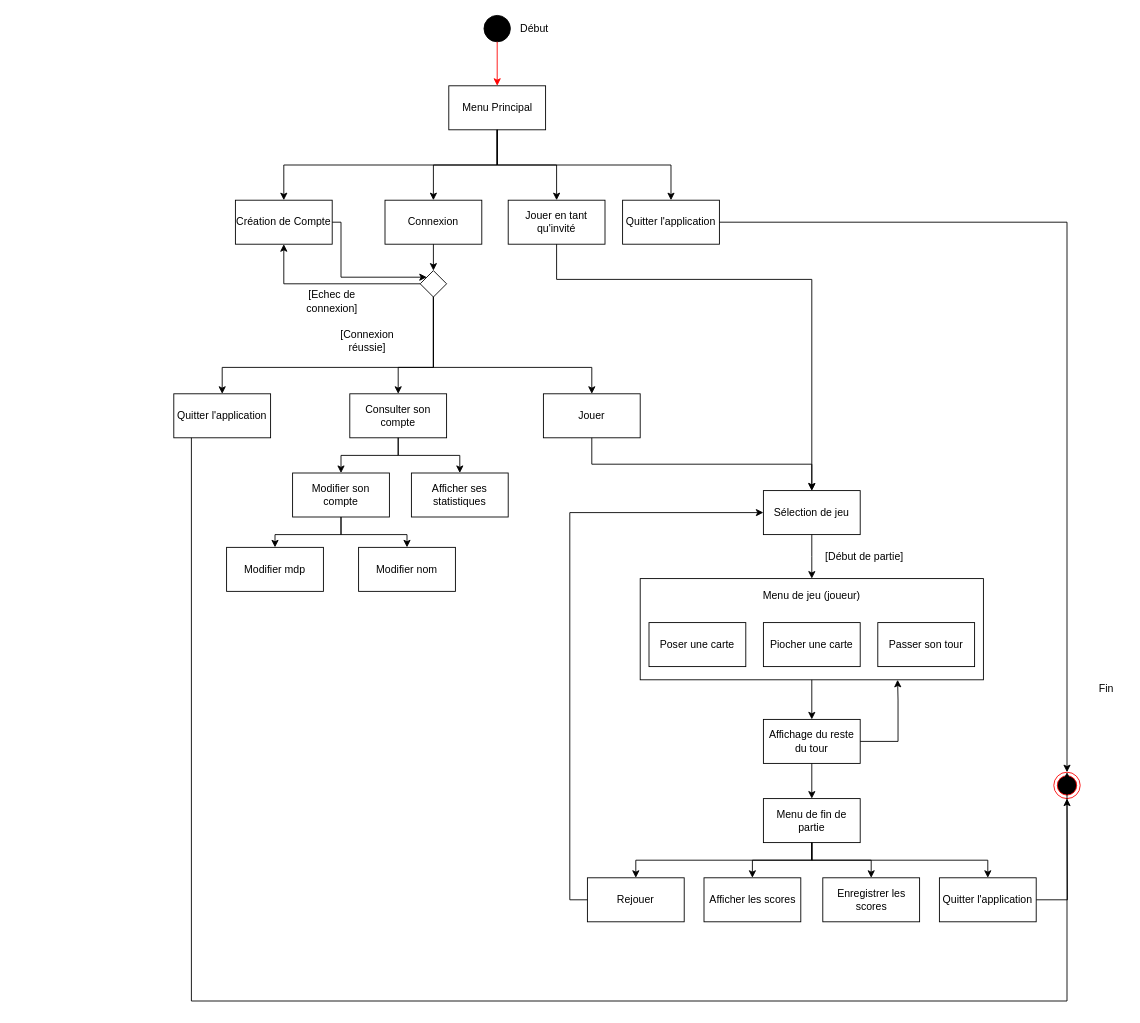
The draw.io diagram Diagrams/State Diagram.drawio in MailineN/ProjetInfo2A, before the edit. Source tidied: cells renumbered, new cells numbered last; positions are measured from the earlier drawing's top-left corner, leaving out a move shared by most shapes. Both pictures are drawn from the tidied source at 88%, with x=0, y=0 at pixel (173, 15).
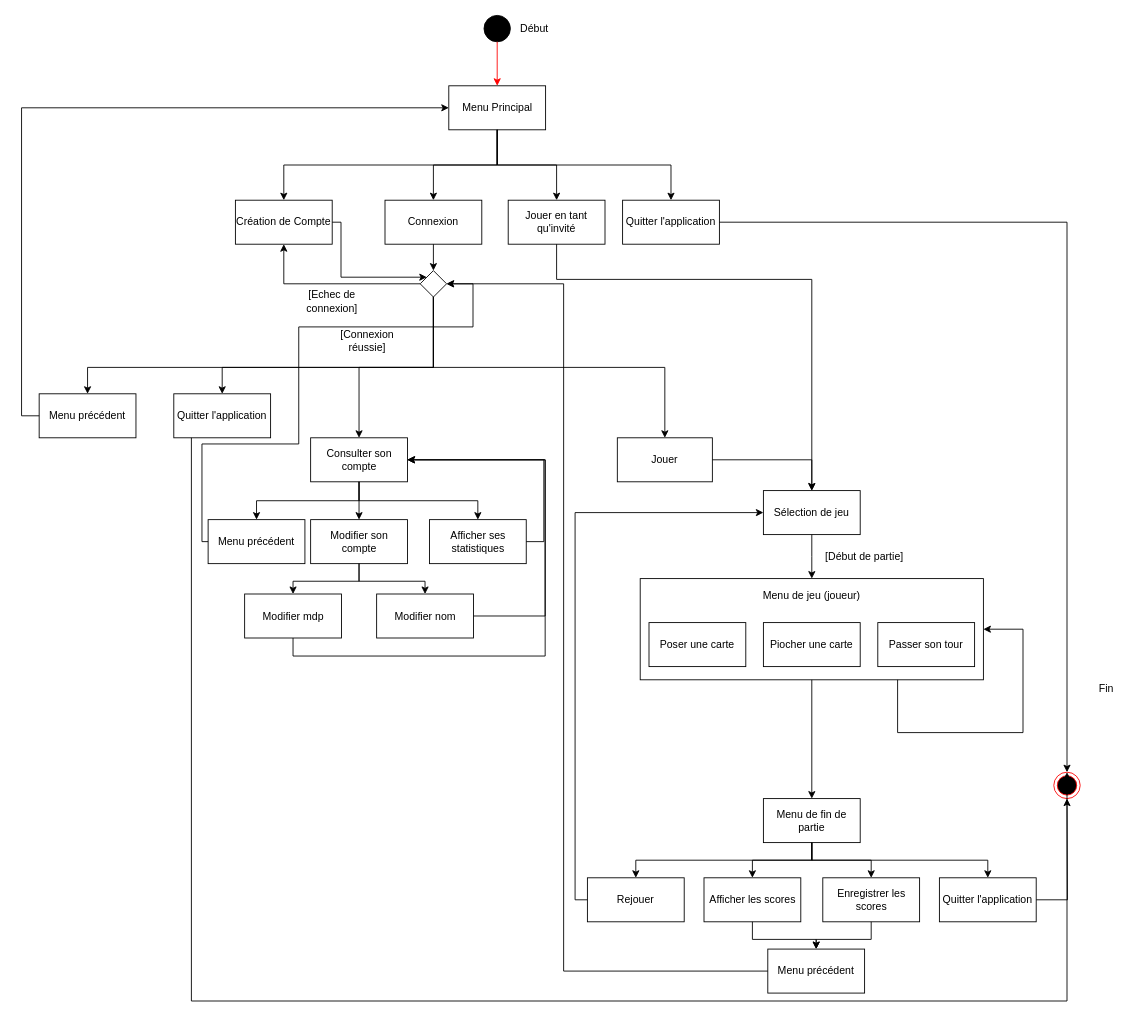
The same diagram, later.

The change refers to these unchanged cells:
```xml
<mxCell id="10" value="Menu Principal" style="rounded=0;whiteSpace=wrap;html=1;fillColor=none;" parent="1" vertex="1">
  <mxGeometry x="312.5" y="80" width="110" height="50" as="geometry" />
</mxCell>
<mxCell id="17" value="Sélection de jeu" style="rounded=0;whiteSpace=wrap;html=1;fillColor=none;" parent="1" vertex="1">
  <mxGeometry x="670" y="540" width="110" height="50" as="geometry" />
</mxCell>
<mxCell id="26" style="rounded=0;whiteSpace=wrap;html=1;fillColor=none;" parent="1" vertex="1">
  <mxGeometry x="530" y="640" width="390" height="115" as="geometry" />
</mxCell>
<mxCell id="38" value="Menu de fin de partie" style="rounded=0;whiteSpace=wrap;html=1;fillColor=none;" parent="1" vertex="1">
  <mxGeometry x="670" y="890" width="110" height="50" as="geometry" />
</mxCell>
<mxCell id="39" value="Afficher les scores" style="rounded=0;whiteSpace=wrap;html=1;fillColor=none;" parent="1" vertex="1">
  <mxGeometry x="602.5" y="980" width="110" height="50" as="geometry" />
</mxCell>
<mxCell id="40" value="Enregistrer les scores" style="rounded=0;whiteSpace=wrap;html=1;fillColor=none;" parent="1" vertex="1">
  <mxGeometry x="737.5" y="980" width="110" height="50" as="geometry" />
</mxCell>
<mxCell id="42" value="Rejouer" style="rounded=0;whiteSpace=wrap;html=1;fillColor=none;" parent="1" vertex="1">
  <mxGeometry x="470" y="980" width="110" height="50" as="geometry" />
</mxCell>
<mxCell id="49" style="rhombus;whiteSpace=wrap;html=1;" parent="1" vertex="1">
  <mxGeometry x="280" y="290" width="30" height="30" as="geometry" />
</mxCell>
<mxCell id="60" value="Quitter l'application" style="rounded=0;whiteSpace=wrap;html=1;fillColor=none;" parent="1" vertex="1">
  <mxGeometry y="430" width="110" height="50" as="geometry" />
</mxCell>
```

The edit, as a diff of the source:
```diff
@@
-    <mxCell id="25" style="edgeStyle=orthogonalEdgeStyle;rounded=0;jettySize=auto;html=1;exitX=0.5;exitY=1;exitDx=0;exitDy=0;entryX=0.5;entryY=0;entryDx=0;entryDy=0;strokeColor=#000000;" parent="1" edge="1" source="26" target="30">
-      <mxGeometry relative="1" as="geometry" />
-    </mxCell>
+    <mxCell id="63" style="edgeStyle=orthogonalEdgeStyle;rounded=0;jettySize=auto;html=1;exitX=0.5;exitY=1;exitDx=0;exitDy=0;" parent="1" edge="1" source="26" target="38">
+      <mxGeometry relative="1" as="geometry" />
+    </mxCell>
@@
-    <mxCell id="28" style="edgeStyle=orthogonalEdgeStyle;rounded=0;jettySize=auto;html=1;exitX=1;exitY=0.5;exitDx=0;exitDy=0;entryX=0.75;entryY=1;entryDx=0;entryDy=0;strokeColor=#000000;" parent="1" edge="1" source="30" target="26">
-      <mxGeometry relative="1" as="geometry">
-        <Array as="points">
-          <mxPoint x="823" y="825" />
-          <mxPoint x="823" y="778" />
-        </Array>
-      </mxGeometry>
-    </mxCell>
-    <mxCell id="29" style="edgeStyle=orthogonalEdgeStyle;rounded=0;jettySize=auto;html=1;exitX=0.5;exitY=1;exitDx=0;exitDy=0;entryX=0.5;entryY=0;entryDx=0;entryDy=0;strokeColor=#000000;" parent="1" edge="1" source="30" target="38">
-      <mxGeometry relative="1" as="geometry" />
-    </mxCell>
-    <mxCell id="30" value="Affichage du reste du tour" style="rounded=0;whiteSpace=wrap;html=1;fillColor=none;" parent="1" vertex="1">
-      <mxGeometry x="670" y="800" width="110" height="50" as="geometry" />
-    </mxCell>
@@
+    <mxCell id="64" style="edgeStyle=orthogonalEdgeStyle;rounded=0;jettySize=auto;html=1;exitX=0.5;exitY=1;exitDx=0;exitDy=0;entryX=0.5;entryY=0;entryDx=0;entryDy=0;" parent="1" edge="1" source="39" target="77">
+      <mxGeometry relative="1" as="geometry" />
+    </mxCell>
@@
+    <mxCell id="65" style="edgeStyle=orthogonalEdgeStyle;rounded=0;jettySize=auto;html=1;exitX=0.5;exitY=1;exitDx=0;exitDy=0;entryX=0.5;entryY=0;entryDx=0;entryDy=0;" parent="1" edge="1" source="40" target="77">
+      <mxGeometry relative="1" as="geometry" />
+    </mxCell>
@@
     <mxCell id="41" style="edgeStyle=orthogonalEdgeStyle;rounded=0;jettySize=auto;html=1;exitX=0;exitY=0.5;exitDx=0;exitDy=0;entryX=0;entryY=0.5;entryDx=0;entryDy=0;strokeColor=#000000;" parent="1" edge="1" source="42" target="17">
-      <mxGeometry relative="1" as="geometry" />
+      <mxGeometry relative="1" as="geometry">
+        <Array as="points">
+          <mxPoint x="456" y="1005" />
+          <mxPoint x="456" y="565" />
+        </Array>
+      </mxGeometry>
     </mxCell>
@@
+    <mxCell id="48" style="edgeStyle=orthogonalEdgeStyle;rounded=0;jettySize=auto;html=1;exitX=0.5;exitY=1;exitDx=0;exitDy=0;" parent="1" edge="1" source="49" target="60">
+      <mxGeometry relative="1" as="geometry">
+        <Array as="points">
+          <mxPoint x="295" y="400" />
+          <mxPoint x="55" y="400" />
+        </Array>
+      </mxGeometry>
+    </mxCell>
+    <mxCell id="66" style="edgeStyle=orthogonalEdgeStyle;rounded=0;jettySize=auto;html=1;exitX=0.5;exitY=1;exitDx=0;exitDy=0;" parent="1" edge="1" source="49" target="72">
+      <mxGeometry relative="1" as="geometry">
+        <Array as="points">
+          <mxPoint x="295" y="400" />
+          <mxPoint x="-98" y="400" />
+        </Array>
+      </mxGeometry>
+    </mxCell>
+    <mxCell id="47" style="edgeStyle=orthogonalEdgeStyle;rounded=0;jettySize=auto;html=1;exitX=0.5;exitY=1;exitDx=0;exitDy=0;entryX=0.5;entryY=0;entryDx=0;entryDy=0;" parent="1" edge="1" source="49" target="54">
+      <mxGeometry relative="1" as="geometry" />
+    </mxCell>
     <mxCell id="46" style="edgeStyle=orthogonalEdgeStyle;rounded=0;jettySize=auto;html=1;exitX=0.5;exitY=1;exitDx=0;exitDy=0;" parent="1" edge="1" source="49" target="51">
-      <mxGeometry relative="1" as="geometry">
-        <Array as="points">
-          <mxPoint x="295" y="400" />
-          <mxPoint x="475" y="400" />
-        </Array>
-      </mxGeometry>
+      <mxGeometry relative="1" as="geometry" />
     </mxCell>
-    <mxCell id="47" style="edgeStyle=orthogonalEdgeStyle;rounded=0;jettySize=auto;html=1;exitX=0.5;exitY=1;exitDx=0;exitDy=0;entryX=0.5;entryY=0;entryDx=0;entryDy=0;" parent="1" edge="1" source="49" target="54">
-      <mxGeometry relative="1" as="geometry">
-        <Array as="points">
-          <mxPoint x="295" y="400" />
-          <mxPoint x="255" y="400" />
-        </Array>
-      </mxGeometry>
-    </mxCell>
-    <mxCell id="48" style="edgeStyle=orthogonalEdgeStyle;rounded=0;jettySize=auto;html=1;exitX=0.5;exitY=1;exitDx=0;exitDy=0;" parent="1" edge="1" source="49" target="60">
-      <mxGeometry relative="1" as="geometry">
-        <Array as="points">
-          <mxPoint x="295" y="400" />
-          <mxPoint x="55" y="400" />
-        </Array>
-      </mxGeometry>
-    </mxCell>
@@
-    <mxCell id="50" style="edgeStyle=orthogonalEdgeStyle;rounded=0;jettySize=auto;html=1;exitX=0.5;exitY=1;exitDx=0;exitDy=0;entryX=0.5;entryY=0;entryDx=0;entryDy=0;" parent="1" edge="1" source="51" target="17">
+    <mxCell id="50" style="edgeStyle=orthogonalEdgeStyle;rounded=0;jettySize=auto;html=1;exitX=1;exitY=0.5;exitDx=0;exitDy=0;entryX=0.5;entryY=0;entryDx=0;entryDy=0;" parent="1" edge="1" source="51" target="17">
       <mxGeometry relative="1" as="geometry" />
     </mxCell>
     <mxCell id="51" value="Jouer" style="rounded=0;whiteSpace=wrap;html=1;fillColor=none;" parent="1" vertex="1">
-      <mxGeometry x="420" y="430" width="110" height="50" as="geometry" />
+      <mxGeometry x="504" y="480" width="108" height="50" as="geometry" />
     </mxCell>
@@
+    <mxCell id="67" style="edgeStyle=orthogonalEdgeStyle;rounded=0;jettySize=auto;html=1;exitX=0.5;exitY=1;exitDx=0;exitDy=0;" parent="1" edge="1" source="54" target="74">
+      <mxGeometry relative="1" as="geometry" />
+    </mxCell>
     <mxCell id="54" value="Consulter son compte" style="rounded=0;whiteSpace=wrap;html=1;fillColor=none;" parent="1" vertex="1">
-      <mxGeometry x="200" y="430" width="110" height="50" as="geometry" />
+      <mxGeometry x="155.5" y="480" width="110" height="50" as="geometry" />
     </mxCell>
@@
     <mxCell id="57" value="Modifier son compte" style="rounded=0;whiteSpace=wrap;html=1;fillColor=none;" parent="1" vertex="1">
-      <mxGeometry x="135" y="520" width="110" height="50" as="geometry" />
+      <mxGeometry x="155.5" y="573" width="110" height="50" as="geometry" />
     </mxCell>
+    <mxCell id="68" style="edgeStyle=orthogonalEdgeStyle;rounded=0;jettySize=auto;html=1;exitX=1;exitY=0.5;exitDx=0;exitDy=0;entryX=1;entryY=0.5;entryDx=0;entryDy=0;" parent="1" edge="1" source="58" target="54">
+      <mxGeometry relative="1" as="geometry" />
+    </mxCell>
     <mxCell id="58" value="Afficher ses statistiques" style="rounded=0;whiteSpace=wrap;html=1;fillColor=none;" parent="1" vertex="1">
-      <mxGeometry x="270" y="520" width="110" height="50" as="geometry" />
+      <mxGeometry x="290.5" y="573" width="110" height="50" as="geometry" />
     </mxCell>
@@
+    <mxCell id="69" style="edgeStyle=orthogonalEdgeStyle;rounded=0;jettySize=auto;html=1;exitX=0.5;exitY=1;exitDx=0;exitDy=0;entryX=1;entryY=0.5;entryDx=0;entryDy=0;" parent="1" edge="1" source="61" target="54">
+      <mxGeometry relative="1" as="geometry">
+        <Array as="points">
+          <mxPoint x="136" y="728" />
+          <mxPoint x="422" y="728" />
+          <mxPoint x="422" y="505" />
+        </Array>
+      </mxGeometry>
+    </mxCell>
     <mxCell id="61" value="Modifier mdp" style="rounded=0;whiteSpace=wrap;html=1;fillColor=none;" parent="1" vertex="1">
-      <mxGeometry x="60" y="604.5" width="110" height="50" as="geometry" />
+      <mxGeometry x="80.5" y="657.5" width="110" height="50" as="geometry" />
     </mxCell>
+    <mxCell id="70" style="edgeStyle=orthogonalEdgeStyle;rounded=0;jettySize=auto;html=1;exitX=1;exitY=0.5;exitDx=0;exitDy=0;entryX=1;entryY=0.5;entryDx=0;entryDy=0;" parent="1" edge="1" source="62" target="54">
+      <mxGeometry relative="1" as="geometry">
+        <Array as="points">
+          <mxPoint x="422" y="683" />
+          <mxPoint x="422" y="505" />
+        </Array>
+      </mxGeometry>
+    </mxCell>
     <mxCell id="62" value="Modifier nom" style="rounded=0;whiteSpace=wrap;html=1;fillColor=none;" parent="1" vertex="1">
-      <mxGeometry x="210" y="604.5" width="110" height="50" as="geometry" />
+      <mxGeometry x="230.5" y="657.5" width="110" height="50" as="geometry" />
     </mxCell>
+    <mxCell id="71" style="edgeStyle=orthogonalEdgeStyle;rounded=0;jettySize=auto;html=1;exitX=0;exitY=0.5;exitDx=0;exitDy=0;entryX=0;entryY=0.5;entryDx=0;entryDy=0;" parent="1" edge="1" source="72" target="10">
+      <mxGeometry relative="1" as="geometry" />
+    </mxCell>
+    <mxCell id="72" value="Menu précédent" style="rounded=0;whiteSpace=wrap;html=1;fillColor=none;" parent="1" vertex="1">
+      <mxGeometry x="-153" y="430" width="110" height="50" as="geometry" />
+    </mxCell>
+    <mxCell id="73" style="edgeStyle=orthogonalEdgeStyle;rounded=0;jettySize=auto;html=1;exitX=0;exitY=0.5;exitDx=0;exitDy=0;entryX=1;entryY=0.5;entryDx=0;entryDy=0;" parent="1" edge="1" source="74" target="49">
+      <mxGeometry relative="1" as="geometry">
+        <Array as="points">
+          <mxPoint x="32" y="598" />
+          <mxPoint x="32" y="487" />
+          <mxPoint x="142" y="487" />
+          <mxPoint x="142" y="354" />
+          <mxPoint x="340" y="354" />
+          <mxPoint x="340" y="305" />
+        </Array>
+      </mxGeometry>
+    </mxCell>
+    <mxCell id="74" value="Menu précédent" style="rounded=0;whiteSpace=wrap;html=1;fillColor=none;" parent="1" vertex="1">
+      <mxGeometry x="39" y="573" width="110" height="50" as="geometry" />
+    </mxCell>
+    <mxCell id="75" style="edgeStyle=orthogonalEdgeStyle;rounded=0;orthogonalLoop=1;jettySize=auto;html=1;exitX=0.75;exitY=1;exitDx=0;exitDy=0;entryX=1;entryY=0.5;entryDx=0;entryDy=0;" parent="1" edge="1" source="26" target="26">
+      <mxGeometry relative="1" as="geometry">
+        <Array as="points">
+          <mxPoint x="823" y="815" />
+          <mxPoint x="965" y="815" />
+          <mxPoint x="965" y="698" />
+        </Array>
+      </mxGeometry>
+    </mxCell>
+    <mxCell id="76" style="edgeStyle=orthogonalEdgeStyle;rounded=0;jettySize=auto;html=1;exitX=0;exitY=0.5;exitDx=0;exitDy=0;entryX=1;entryY=0.5;entryDx=0;entryDy=0;" parent="1" edge="1" source="77" target="49">
+      <mxGeometry relative="1" as="geometry">
+        <Array as="points">
+          <mxPoint x="443" y="1086" />
+          <mxPoint x="443" y="305" />
+        </Array>
+      </mxGeometry>
+    </mxCell>
+    <mxCell id="77" value="Menu précédent" style="rounded=0;whiteSpace=wrap;html=1;fillColor=none;" parent="1" vertex="1">
+      <mxGeometry x="675" y="1061" width="110" height="50" as="geometry" />
+    </mxCell>
```
